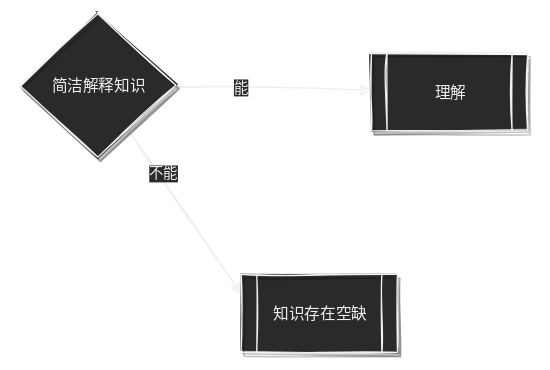
Echo-Yanglulu/obsidianPrivateNote keeps this draw.io diagram as 笔记/学习方法/概念/Untitled Diagram.svg. Above is the earlier version. Source tidied: cells renumbered, new cells last; positions are measured from the earlier drawing's top-left corner, leaving out a move shared by most shapes.
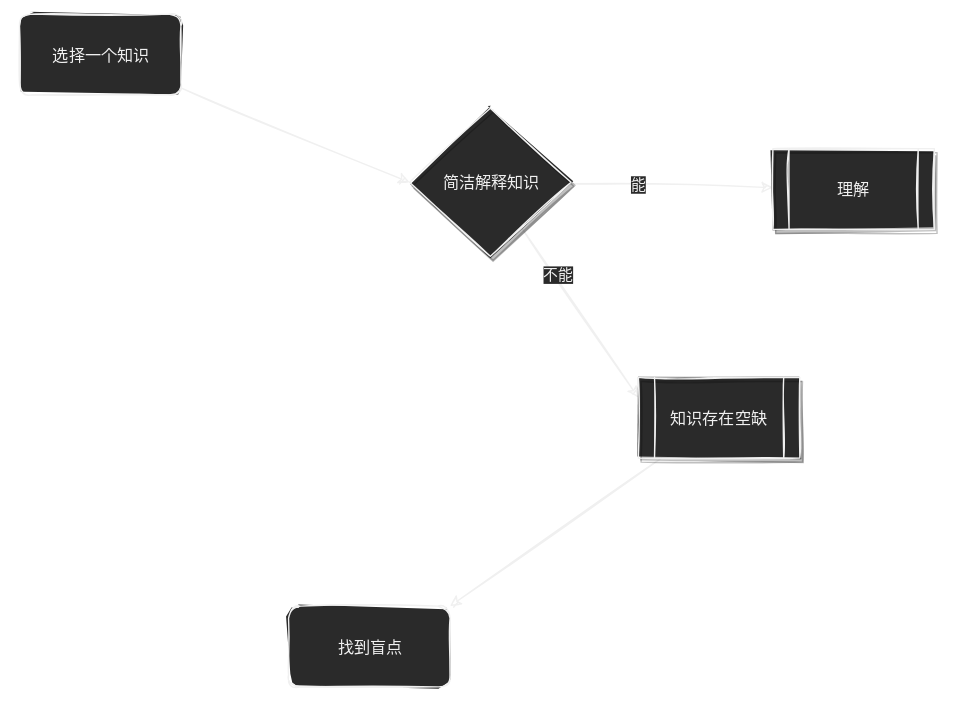
The same diagram one commit later.

The edit, as a diff of the source:
```diff
@@ -20,8 +20,20 @@
     <mxCell id="7" value="理解" style="shape=process;whiteSpace=wrap;html=1;backgroundOutline=1;shadow=1;" parent="1" vertex="1">
       <mxGeometry x="270" y="30" width="120" height="60" as="geometry" />
     </mxCell>
+    <mxCell id="9" style="edgeStyle=none;html=1;entryX=1;entryY=0;entryDx=0;entryDy=0;" parent="1" edge="1" source="8" target="12">
+      <mxGeometry relative="1" as="geometry" />
+    </mxCell>
     <mxCell id="8" value="知识存在空缺" style="shape=process;whiteSpace=wrap;html=1;backgroundOutline=1;shadow=1;" parent="1" vertex="1">
       <mxGeometry x="170" y="200" width="120" height="60" as="geometry" />
     </mxCell>
+    <mxCell id="10" style="edgeStyle=none;html=1;entryX=0;entryY=0.5;entryDx=0;entryDy=0;" parent="1" edge="1" source="11" target="6">
+      <mxGeometry relative="1" as="geometry" />
+    </mxCell>
+    <mxCell id="11" value="选择一个知识" style="rounded=1;whiteSpace=wrap;html=1;" parent="1" vertex="1">
+      <mxGeometry x="-290" y="-70" width="120" height="60" as="geometry" />
+    </mxCell>
+    <mxCell id="12" value="找到盲点" style="rounded=1;whiteSpace=wrap;html=1;" parent="1" vertex="1">
+      <mxGeometry x="-90" y="370" width="120" height="60" as="geometry" />
+    </mxCell>
   </root>
 </mxGraphModel>
```
